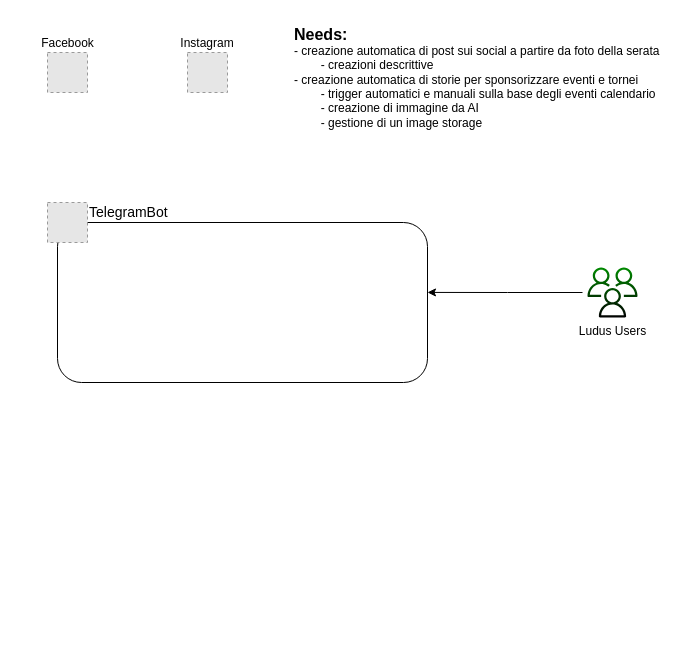
Before: architecture.drawio in gear000/LudusSMA, a draw.io diagram. Source tidied: cells renumbered, new cells numbered last; positions are measured from the earlier drawing's top-left corner, leaving out a move shared by most shapes. Both pictures are drawn from the tidied source at 100%, with x=0, y=0 at pixel (47, 17). Pictures stored in the file or linked from it are replaced by grey dashed boxes.
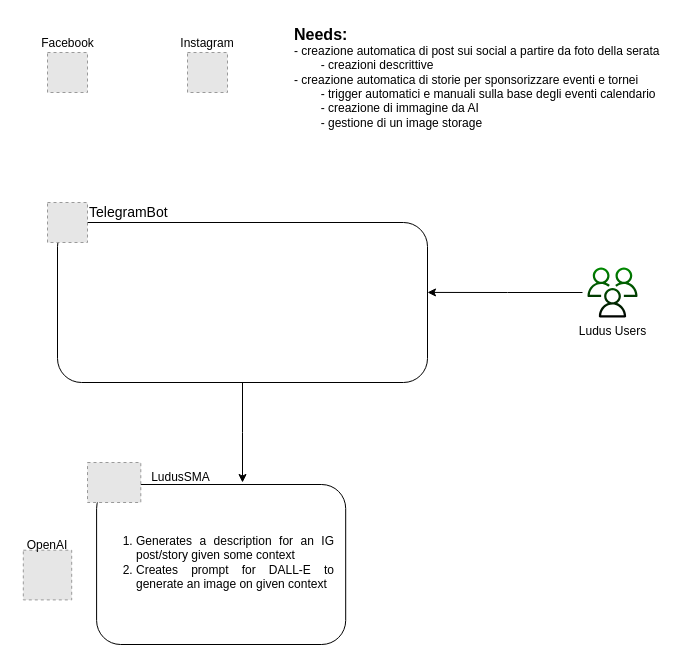
The same page after the edit.

Commit message (it also covers changes not shown here):
architecture edit prompt init dalle implementation

What changed in the source:
```diff
@@
 <mxGraphModel>
   <root>
     <mxCell id="0" />
     <mxCell id="1" parent="0" />
     <mxCell id="2" value="Facebook" style="fillColor=#E6E6E6;strokeColor=#999999;dashed=1;html=1;verticalAlign=bottom;verticalLabelPosition=top;labelBackgroundColor=none;labelPosition=center;align=center;" parent="1" vertex="1">
       <mxGeometry y="35" width="40" height="40" as="geometry" />
     </mxCell>
     <mxCell id="3" value="Instagram" style="fillColor=#E6E6E6;strokeColor=#999999;dashed=1;verticalLabelPosition=top;labelBackgroundColor=default;verticalAlign=bottom;labelPosition=center;align=center;" parent="1" vertex="1">
       <mxGeometry x="140" y="35" width="40" height="40" as="geometry" />
     </mxCell>
     <mxCell id="4" value="&lt;font color=&quot;#000000&quot;&gt;Ludus Users&lt;br&gt;&lt;br&gt;&lt;/font&gt;" style="outlineConnect=0;fillColor=#008a00;strokeColor=#005700;dashed=0;verticalLabelPosition=bottom;verticalAlign=top;align=center;html=1;fontSize=12;fontStyle=0;shape=mxgraph.aws4.users;fillStyle=auto;fontColor=#ffffff;gradientDirection=south;gradientColor=default;" parent="1" vertex="1">
       <mxGeometry x="540" y="250" width="50" height="50" as="geometry" />
     </mxCell>
     <mxCell id="5" value="&lt;b&gt;&lt;font style=&quot;font-size: 16px;&quot;&gt;Needs:&lt;/font&gt;&lt;/b&gt;&lt;br&gt;- creazione automatica di post sui social a partire da foto della serata&lt;br&gt;&lt;span style=&quot;white-space: pre;&quot;&gt;&#9;&lt;/span&gt;- creazioni descrittive&lt;br&gt;- creazione automatica di storie per sponsorizzare eventi e tornei&lt;br&gt;&lt;span style=&quot;white-space: pre;&quot;&gt;&#9;&lt;/span&gt;- trigger automatici e manuali sulla base degli eventi calendario&lt;br&gt;&lt;span style=&quot;white-space: pre;&quot;&gt;&#9;&lt;/span&gt;- creazione di immagine da AI&lt;br&gt;&lt;span style=&quot;white-space: pre;&quot;&gt;&#9;&lt;/span&gt;- gestione di un image storage" style="text;html=1;align=left;verticalAlign=middle;strokeColor=none;fillColor=none;" parent="1" vertex="1">
       <mxGeometry x="245" width="390" height="120" as="geometry" />
     </mxCell>
     <mxCell id="6" style="group;labelBackgroundColor=none;fontColor=#590d0d;" parent="1" vertex="1">
       <mxGeometry y="185" width="380" height="180" as="geometry" />
     </mxCell>
     <mxCell id="7" style="rounded=1;whiteSpace=wrap;html=1;" parent="6" vertex="1">
       <mxGeometry x="10" y="20" width="370" height="160" as="geometry" />
     </mxCell>
     <mxCell id="8" value="&lt;div style=&quot;text-align: center;&quot;&gt;&lt;span style=&quot;font-size: 14px;&quot;&gt;TelegramBot&lt;/span&gt;&lt;/div&gt;" style="fillColor=#E6E6E6;strokeColor=#999999;dashed=1;html=1;verticalAlign=middle;verticalLabelPosition=middle;labelBackgroundColor=none;labelPosition=right;align=left;spacingBottom=21;" parent="6" vertex="1">
       <mxGeometry width="40" height="40" as="geometry" />
     </mxCell>
     <mxCell id="9" style="edgeStyle=orthogonalEdgeStyle;rounded=0;jettySize=auto;html=1;entryX=1;entryY=0.437;entryDx=0;entryDy=0;entryPerimeter=0;targetPerimeterSpacing=0;sourcePerimeterSpacing=5;endSize=6;startSize=6;" parent="1" edge="1" source="4" target="7">
       <mxGeometry relative="1" as="geometry" />
     </mxCell>
+    <mxCell id="10" style="rounded=1;whiteSpace=wrap;html=1;align=center;" parent="1" vertex="1">
+      <mxGeometry x="49.1" y="467" width="249.1" height="160" as="geometry" />
+    </mxCell>
+    <mxCell id="11" value="LudusSMA" style="text;html=1;align=center;verticalAlign=middle;strokeColor=none;fillColor=none;" parent="1" vertex="1">
+      <mxGeometry x="93.3" y="445" width="80" height="30" as="geometry" />
+    </mxCell>
+    <mxCell id="12" style="fillColor=#E6E6E6;strokeColor=#999999;dashed=1;verticalLabelPosition=bottom;labelBackgroundColor=default;verticalAlign=top;" parent="1" vertex="1">
+      <mxGeometry x="40" y="445" width="53.3" height="40" as="geometry" />
+    </mxCell>
+    <mxCell id="13" value="&lt;ol style=&quot;border-color: var(--border-color);&quot;&gt;&lt;li style=&quot;border-color: var(--border-color); text-align: justify;&quot;&gt;Generates a description for an IG post/story given some context&lt;/li&gt;&lt;li style=&quot;border-color: var(--border-color); text-align: justify;&quot;&gt;&lt;span style=&quot;border-color: var(--border-color); background-color: initial;&quot;&gt;Creates prompt for DALL-E to generate an image on given context&lt;/span&gt;&lt;/li&gt;&lt;/ol&gt;" style="text;html=1;align=center;verticalAlign=middle;whiteSpace=wrap;rounded=0;" parent="1" vertex="1">
+      <mxGeometry x="48.3" y="485" width="240" height="120" as="geometry" />
+    </mxCell>
+    <mxCell id="14" style="fillColor=#E6E6E6;strokeColor=#999999;dashed=1;verticalLabelPosition=bottom;labelBackgroundColor=default;verticalAlign=top;" parent="1" vertex="1">
+      <mxGeometry x="-24.2" y="532.7" width="48.4" height="49.7" as="geometry" />
+    </mxCell>
+    <mxCell id="15" value="OpenAI" style="text;html=1;align=center;verticalAlign=middle;whiteSpace=wrap;rounded=0;" parent="1" vertex="1">
+      <mxGeometry x="-30" y="507.6" width="60" height="40" as="geometry" />
+    </mxCell>
+    <mxCell id="16" style="edgeStyle=orthogonalEdgeStyle;rounded=0;jettySize=auto;html=1;" parent="1" edge="1" source="7">
+      <mxGeometry relative="1" as="geometry">
+        <mxPoint x="195" y="465" as="targetPoint" />
+      </mxGeometry>
+    </mxCell>
   </root>
 </mxGraphModel>
```
